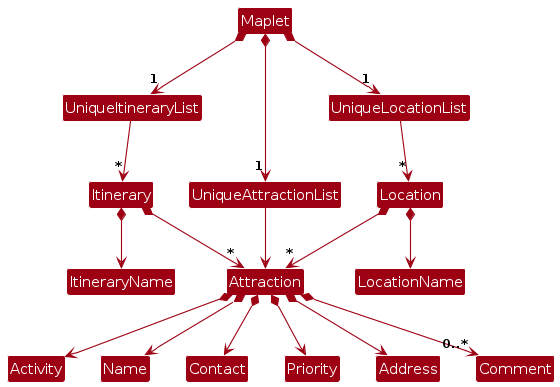
Above: diagrams/BetterModelClassDiagram.png in AY2526S1-CS2103T-W12-1/tp (PlantUML), before the change. Its source is kept beside it as diagrams/BetterModelClassDiagram.puml.
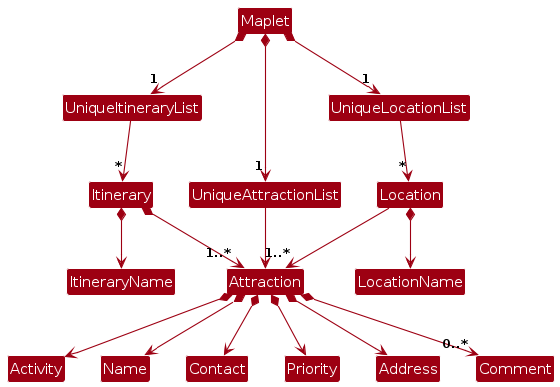
Above is the later version.

Diff of the diagram source:
```diff
@@ -19,11 +19,11 @@
 Maplet *-down-> "1" UniqueItineraryList
 UniqueItineraryList -down-> "*" Itinerary
 Itinerary *--> ItineraryName
-Itinerary *--> "*" Attraction
+Itinerary *--> "1..*" Attraction
 
 Maplet *-down-> "1" UniqueLocationList
 UniqueLocationList -down-> "*" Location
 Location *--> LocationName
-Location *--> "*" Attraction
+Location --> "1..*" Attraction
 
 @enduml
```
